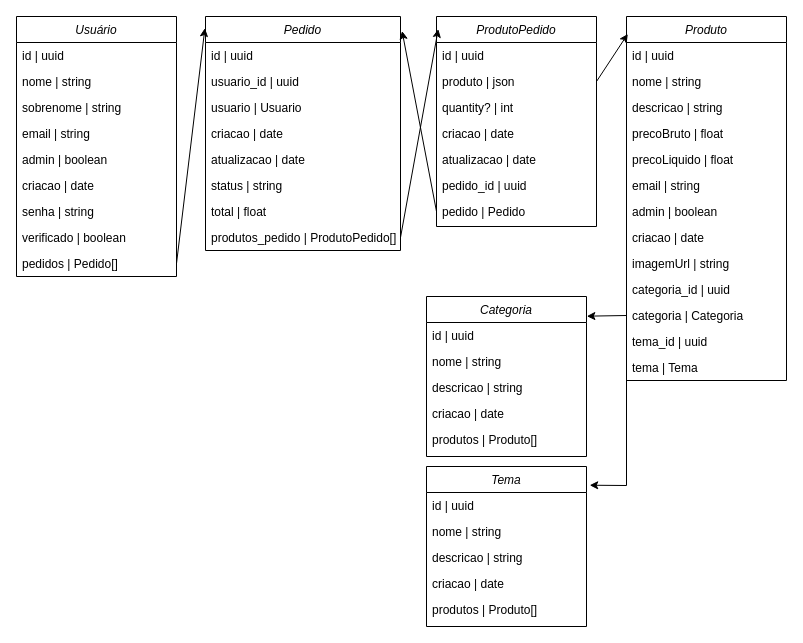
This is diagram/class.drawio from NGustavo011/decoration_rent_api_old, a draw.io file, before an edit. Source tidied: cells renumbered, new cells numbered last; positions are measured from the earlier drawing's top-left corner, leaving out a move shared by most shapes. Both pictures are drawn from the tidied source at 100%, with x=0, y=0 at pixel (16, 16).
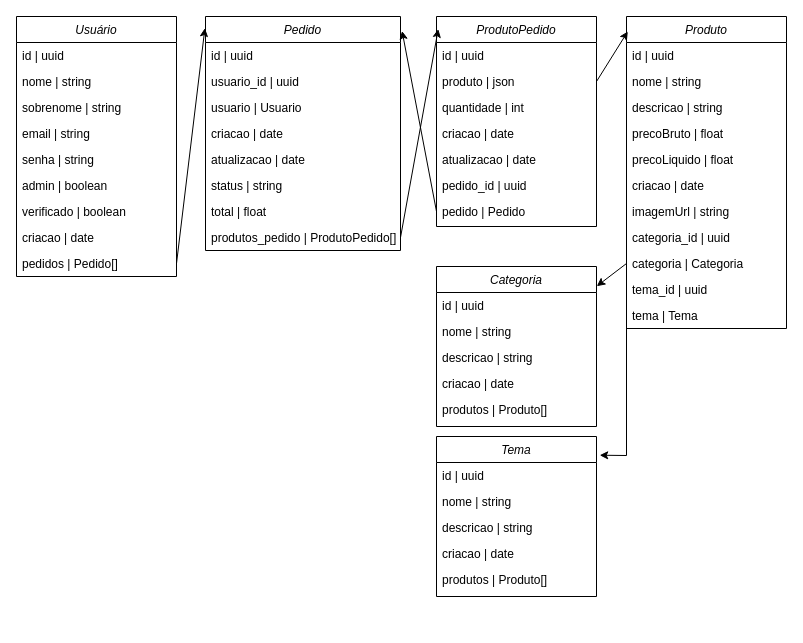
Above is the later version.

The change refers to these unchanged cells:
```xml
<mxCell id="2" value="Usuário" style="swimlane;fontStyle=2;align=center;verticalAlign=top;horizontal=1;startSize=26;rounded=0;shadow=0;strokeWidth=1;" parent="1" vertex="1">
  <mxGeometry width="160" height="260" as="geometry" />
</mxCell>
<mxCell id="47" value="ProdutoPedido" style="swimlane;fontStyle=2;align=center;verticalAlign=top;horizontal=1;startSize=26;rounded=0;shadow=0;strokeWidth=1;" parent="1" vertex="1">
  <mxGeometry x="420" width="160" height="210" as="geometry" />
</mxCell>
```

Change to the diagram source:
```diff
@@
+    <mxCell id="9" value="senha | string" style="text;align=left;verticalAlign=top;spacingLeft=4;spacingRight=4;overflow=hidden;rounded=0;shadow=0;html=0;" parent="2" vertex="1">
+      <mxGeometry y="130" width="160" height="26" as="geometry" />
+    </mxCell>
     <mxCell id="7" value="admin | boolean" style="text;align=left;verticalAlign=top;spacingLeft=4;spacingRight=4;overflow=hidden;rounded=0;shadow=0;html=0;" parent="2" vertex="1">
-      <mxGeometry y="130" width="160" height="26" as="geometry" />
+      <mxGeometry y="156" width="160" height="26" as="geometry" />
     </mxCell>
+    <mxCell id="10" value="verificado | boolean" style="text;align=left;verticalAlign=top;spacingLeft=4;spacingRight=4;overflow=hidden;rounded=0;shadow=0;html=0;" parent="2" vertex="1">
+      <mxGeometry y="182" width="160" height="26" as="geometry" />
+    </mxCell>
     <mxCell id="8" value="criacao | date" style="text;align=left;verticalAlign=top;spacingLeft=4;spacingRight=4;overflow=hidden;rounded=0;shadow=0;html=0;" parent="2" vertex="1">
-      <mxGeometry y="156" width="160" height="26" as="geometry" />
+      <mxGeometry y="208" width="160" height="26" as="geometry" />
     </mxCell>
-    <mxCell id="9" value="senha | string" style="text;align=left;verticalAlign=top;spacingLeft=4;spacingRight=4;overflow=hidden;rounded=0;shadow=0;html=0;" parent="2" vertex="1">
-      <mxGeometry y="182" width="160" height="26" as="geometry" />
-    </mxCell>
-    <mxCell id="10" value="verificado | boolean" style="text;align=left;verticalAlign=top;spacingLeft=4;spacingRight=4;overflow=hidden;rounded=0;shadow=0;html=0;" parent="2" vertex="1">
-      <mxGeometry y="208" width="160" height="26" as="geometry" />
-    </mxCell>
@@
     <mxCell id="21" value="Produto" style="swimlane;fontStyle=2;align=center;verticalAlign=top;horizontal=1;startSize=26;rounded=0;shadow=0;strokeWidth=1;" parent="1" vertex="1">
-      <mxGeometry x="610" width="160" height="364" as="geometry" />
+      <mxGeometry x="610" width="160" height="312" as="geometry" />
     </mxCell>
@@
-    <mxCell id="27" value="email | string" style="text;align=left;verticalAlign=top;spacingLeft=4;spacingRight=4;overflow=hidden;rounded=0;shadow=0;html=0;" parent="21" vertex="1">
-      <mxGeometry y="156" width="160" height="26" as="geometry" />
-    </mxCell>
-    <mxCell id="28" value="admin | boolean" style="text;align=left;verticalAlign=top;spacingLeft=4;spacingRight=4;overflow=hidden;rounded=0;shadow=0;html=0;" parent="21" vertex="1">
-      <mxGeometry y="182" width="160" height="26" as="geometry" />
-    </mxCell>
     <mxCell id="29" value="criacao | date" style="text;align=left;verticalAlign=top;spacingLeft=4;spacingRight=4;overflow=hidden;rounded=0;shadow=0;html=0;" parent="21" vertex="1">
-      <mxGeometry y="208" width="160" height="26" as="geometry" />
+      <mxGeometry y="156" width="160" height="26" as="geometry" />
     </mxCell>
     <mxCell id="30" value="imagemUrl | string" style="text;align=left;verticalAlign=top;spacingLeft=4;spacingRight=4;overflow=hidden;rounded=0;shadow=0;html=0;" parent="21" vertex="1">
-      <mxGeometry y="234" width="160" height="26" as="geometry" />
+      <mxGeometry y="182" width="160" height="26" as="geometry" />
     </mxCell>
     <mxCell id="31" value="categoria_id | uuid" style="text;align=left;verticalAlign=top;spacingLeft=4;spacingRight=4;overflow=hidden;rounded=0;shadow=0;html=0;" parent="21" vertex="1">
-      <mxGeometry y="260" width="160" height="26" as="geometry" />
+      <mxGeometry y="208" width="160" height="26" as="geometry" />
     </mxCell>
     <mxCell id="32" value="categoria | Categoria" style="text;align=left;verticalAlign=top;spacingLeft=4;spacingRight=4;overflow=hidden;points=[[0,0.5],[1,0.5]];portConstraint=eastwest;rounded=0;shadow=0;html=0;" parent="21" vertex="1">
-      <mxGeometry y="286" width="160" height="26" as="geometry" />
+      <mxGeometry y="234" width="160" height="26" as="geometry" />
     </mxCell>
     <mxCell id="33" value="tema_id | uuid" style="text;align=left;verticalAlign=top;spacingLeft=4;spacingRight=4;overflow=hidden;rounded=0;shadow=0;html=0;" parent="21" vertex="1">
-      <mxGeometry y="312" width="160" height="26" as="geometry" />
+      <mxGeometry y="260" width="160" height="26" as="geometry" />
     </mxCell>
     <mxCell id="34" value="tema | Tema" style="text;align=left;verticalAlign=top;spacingLeft=4;spacingRight=4;overflow=hidden;points=[[0,0.5],[1,0.5]];portConstraint=eastwest;rounded=0;shadow=0;html=0;" parent="21" vertex="1">
-      <mxGeometry y="338" width="160" height="26" as="geometry" />
+      <mxGeometry y="286" width="160" height="26" as="geometry" />
     </mxCell>
     <mxCell id="35" value="Categoria" style="swimlane;fontStyle=2;align=center;verticalAlign=top;horizontal=1;startSize=26;rounded=0;shadow=0;strokeWidth=1;" parent="1" vertex="1">
-      <mxGeometry x="410" y="280" width="160" height="160" as="geometry" />
+      <mxGeometry x="420" y="250" width="160" height="160" as="geometry" />
     </mxCell>
@@
     <mxCell id="41" value="Tema" style="swimlane;fontStyle=2;align=center;verticalAlign=top;horizontal=1;startSize=26;rounded=0;shadow=0;strokeWidth=1;" parent="1" vertex="1">
-      <mxGeometry x="410" y="450" width="160" height="160" as="geometry" />
+      <mxGeometry x="420" y="420" width="160" height="160" as="geometry" />
     </mxCell>
@@
-    <mxCell id="50" value="quantity? | int" style="text;align=left;verticalAlign=top;spacingLeft=4;spacingRight=4;overflow=hidden;rounded=0;shadow=0;html=0;" parent="47" vertex="1">
+    <mxCell id="50" value="quantidade | int" style="text;align=left;verticalAlign=top;spacingLeft=4;spacingRight=4;overflow=hidden;rounded=0;shadow=0;html=0;" parent="47" vertex="1">
       <mxGeometry y="78" width="160" height="26" as="geometry" />
     </mxCell>
@@
     <mxCell id="59" style="endArrow=classic;html=1;rounded=0;entryX=1.02;entryY=0.117;entryDx=0;entryDy=0;exitX=0;exitY=0.5;exitDx=0;exitDy=0;entryPerimeter=0;" parent="1" edge="1" source="34" target="41">
       <mxGeometry relative="1" as="geometry">
         <Array as="points">
-          <mxPoint x="610" y="469" />
+          <mxPoint x="610" y="439" />
         </Array>
       </mxGeometry>
     </mxCell>
```
